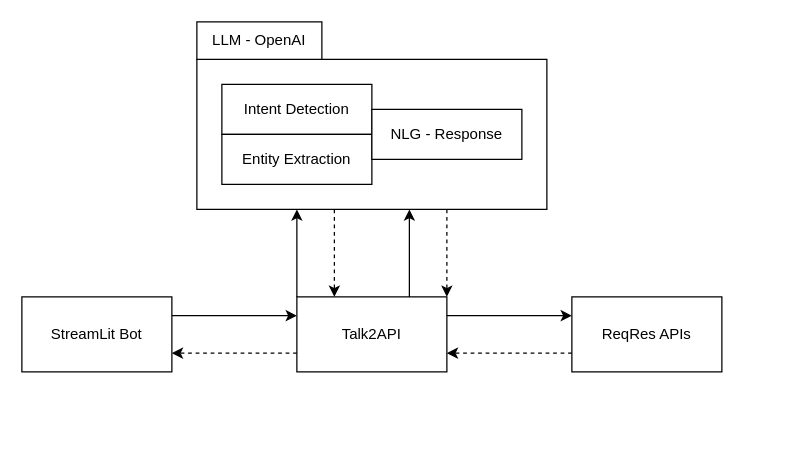
Earlier version of the draw.io diagram figures/Talk2API_Architecture.drawio (sheikirfanbasha/Talk2API). Source tidied: cells renumbered, new cells numbered last; positions are measured from the earlier drawing's top-left corner, leaving out a move shared by most shapes. Both pictures are drawn from the tidied source at 125%, with x=0, y=0 at pixel (21, 21).
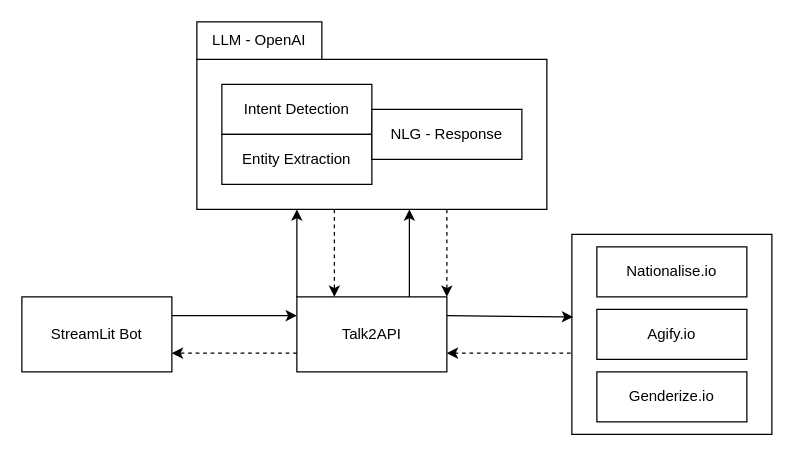
The same page after the edit.

Commit message (it also covers changes not shown here):
add extraction chain and basic tools - Agify Tool: used to get the age of a person - Nationalise Tool: used to predict the nationality of a person

The change refers to these unchanged cells:
```xml
<mxCell id="4" value="Talk2API" style="rounded=0;whiteSpace=wrap;html=1;" parent="1" vertex="1">
  <mxGeometry x="220" y="220" width="120" height="60" as="geometry" />
</mxCell>
```

The edit, as a diff of the source:
```diff
@@
-    <mxCell id="5" value="ReqRes APIs" style="rounded=0;whiteSpace=wrap;html=1;" parent="1" vertex="1">
-      <mxGeometry x="440" y="220" width="120" height="60" as="geometry" />
+    <mxCell id="5" style="rounded=0;whiteSpace=wrap;html=1;" parent="1" vertex="1">
+      <mxGeometry x="440" y="170" width="160" height="160" as="geometry" />
     </mxCell>
@@
-    <mxCell id="12" style="endArrow=classic;html=1;rounded=0;exitX=1;exitY=0.25;exitDx=0;exitDy=0;entryX=0;entryY=0.25;entryDx=0;entryDy=0;" parent="1" edge="1" source="4" target="5">
+    <mxCell id="12" style="endArrow=classic;html=1;rounded=0;exitX=1;exitY=0.25;exitDx=0;exitDy=0;entryX=0.006;entryY=0.413;entryDx=0;entryDy=0;entryPerimeter=0;" parent="1" edge="1" source="4" target="5">
       <mxGeometry relative="1" as="geometry" />
     </mxCell>
-    <mxCell id="13" style="endArrow=classic;html=1;rounded=0;exitX=0;exitY=0.75;exitDx=0;exitDy=0;entryX=1;entryY=0.75;entryDx=0;entryDy=0;dashed=1;" parent="1" edge="1" source="5" target="4">
+    <mxCell id="13" style="endArrow=classic;html=1;rounded=0;entryX=1;entryY=0.75;entryDx=0;entryDy=0;dashed=1;exitX=-0.006;exitY=0.594;exitDx=0;exitDy=0;exitPerimeter=0;" parent="1" edge="1" source="5" target="4">
       <mxGeometry relative="1" as="geometry" />
     </mxCell>
@@
+    <mxCell id="18" value="Nationalise.io" style="rounded=0;whiteSpace=wrap;html=1;" parent="1" vertex="1">
+      <mxGeometry x="460" y="180" width="120" height="40" as="geometry" />
+    </mxCell>
+    <mxCell id="19" value="Agify.io" style="rounded=0;whiteSpace=wrap;html=1;" parent="1" vertex="1">
+      <mxGeometry x="460" y="230" width="120" height="40" as="geometry" />
+    </mxCell>
+    <mxCell id="20" value="Genderize.io" style="rounded=0;whiteSpace=wrap;html=1;" parent="1" vertex="1">
+      <mxGeometry x="460" y="280" width="120" height="40" as="geometry" />
+    </mxCell>
```
